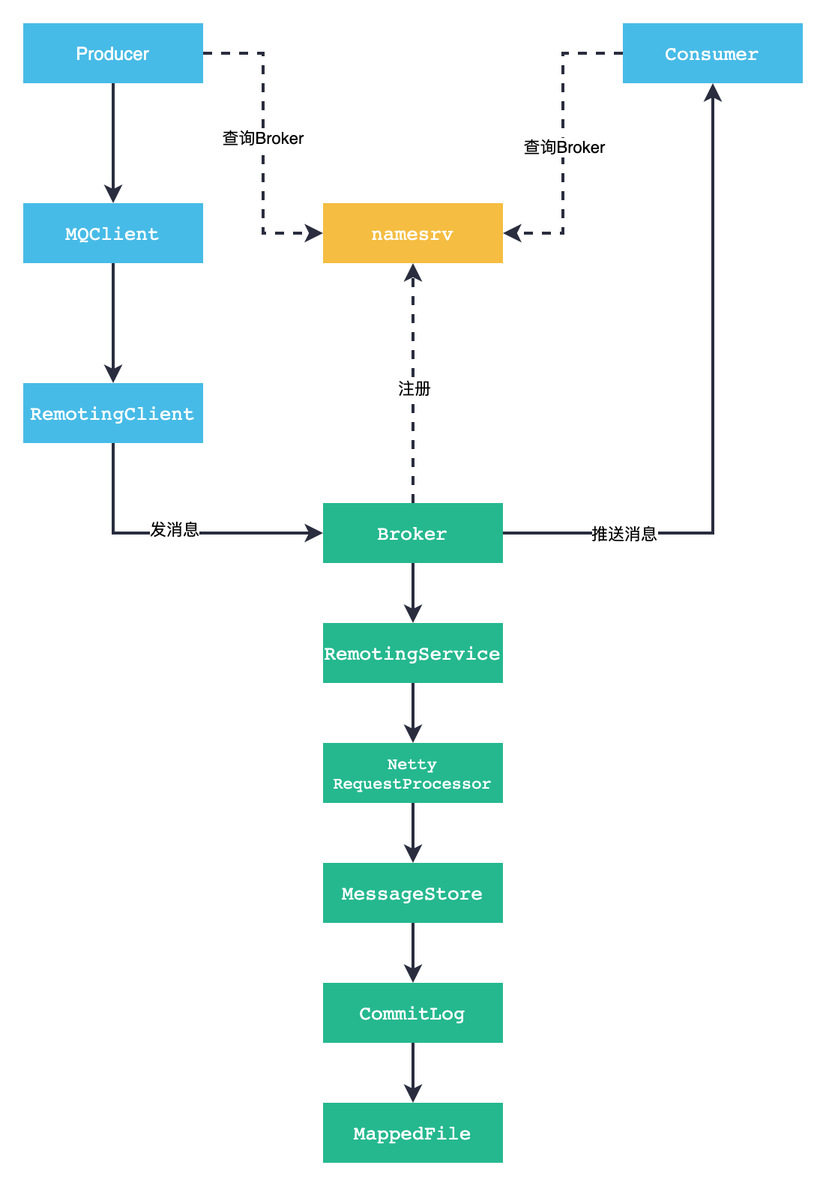
Earlier version of the draw.io export rocketmq/images/rocketmq-messgae-flow.png (web1992/read). Source tidied: cells renumbered, new cells last; positions are measured from the earlier drawing's top-left corner, leaving out a move shared by most shapes.
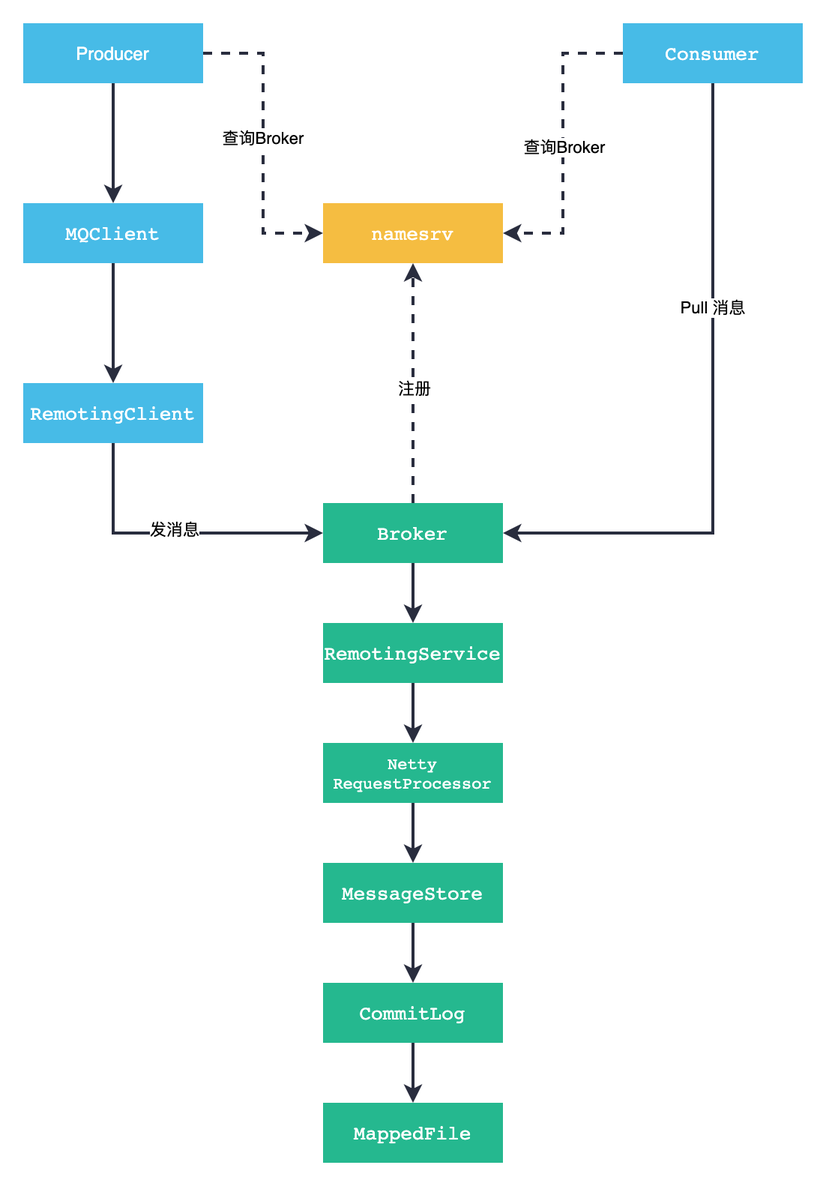
After the commit.

Diff of the diagram source:
```diff
@@ -47,14 +47,6 @@
     <mxCell id="16" style="edgeStyle=orthogonalEdgeStyle;rounded=0;jettySize=auto;html=1;exitX=0.5;exitY=1;exitDx=0;exitDy=0;entryX=0.5;entryY=0;entryDx=0;entryDy=0;strokeColor=#292D3E;strokeWidth=2;fontSize=11;" parent="1" edge="1" source="19" target="25">
       <mxGeometry relative="1" as="geometry" />
     </mxCell>
-    <mxCell id="17" style="edgeStyle=orthogonalEdgeStyle;rounded=0;jettySize=auto;html=1;exitX=1;exitY=0.5;exitDx=0;exitDy=0;entryX=0.5;entryY=1;entryDx=0;entryDy=0;strokeColor=#292D3E;strokeWidth=2;fontSize=11;" parent="1" edge="1" source="19" target="23">
-      <mxGeometry relative="1" as="geometry" />
-    </mxCell>
-    <mxCell id="18" value="推送消息" style="edgeLabel;html=1;align=center;verticalAlign=middle;" parent="17" vertex="1">
-      <mxGeometry x="-0.47" y="4" relative="1" as="geometry">
-        <mxPoint x="-36" y="4" as="offset" />
-      </mxGeometry>
-    </mxCell>
     <mxCell id="19" value="&lt;pre style=&quot;font-family: &amp;#34;jetbrains mono&amp;#34; , monospace ; font-size: 9.8pt&quot;&gt;&lt;pre style=&quot;font-family: &amp;#34;jetbrains mono&amp;#34; , monospace ; font-size: 9.8pt&quot;&gt;Broker&lt;/pre&gt;&lt;/pre&gt;" style="rounded=0;whiteSpace=wrap;html=1;fillColor=#25B88F;strokeColor=none;fontColor=#ffffff;" parent="1" vertex="1">
       <mxGeometry x="200" y="320" width="120" height="40" as="geometry" />
     </mxCell>
@@ -67,6 +59,12 @@
     <mxCell id="22" value="查询Broker" style="edgeLabel;html=1;align=center;verticalAlign=middle;" parent="21" vertex="1">
       <mxGeometry x="0.02" relative="1" as="geometry" />
     </mxCell>
+    <mxCell id="33" style="edgeStyle=orthogonalEdgeStyle;rounded=0;jettySize=auto;html=1;exitX=0.5;exitY=1;exitDx=0;exitDy=0;entryX=1;entryY=0.5;entryDx=0;entryDy=0;strokeColor=#292D3E;strokeWidth=2;" parent="1" edge="1" source="23" target="19">
+      <mxGeometry relative="1" as="geometry" />
+    </mxCell>
+    <mxCell id="34" value="Pull 消息" style="edgeLabel;html=1;align=center;verticalAlign=middle;" parent="33" vertex="1">
+      <mxGeometry x="-0.32" y="-1" relative="1" as="geometry" />
+    </mxCell>
     <mxCell id="23" value="&lt;pre style=&quot;font-family: &amp;#34;jetbrains mono&amp;#34; , monospace ; font-size: 9.8pt&quot;&gt;Consumer&lt;/pre&gt;" style="rounded=0;whiteSpace=wrap;html=1;fontColor=#FFFFFF;strokeColor=none;fillColor=#47BBE7;" parent="1" vertex="1">
       <mxGeometry x="400" width="120" height="40" as="geometry" />
     </mxCell>
```
